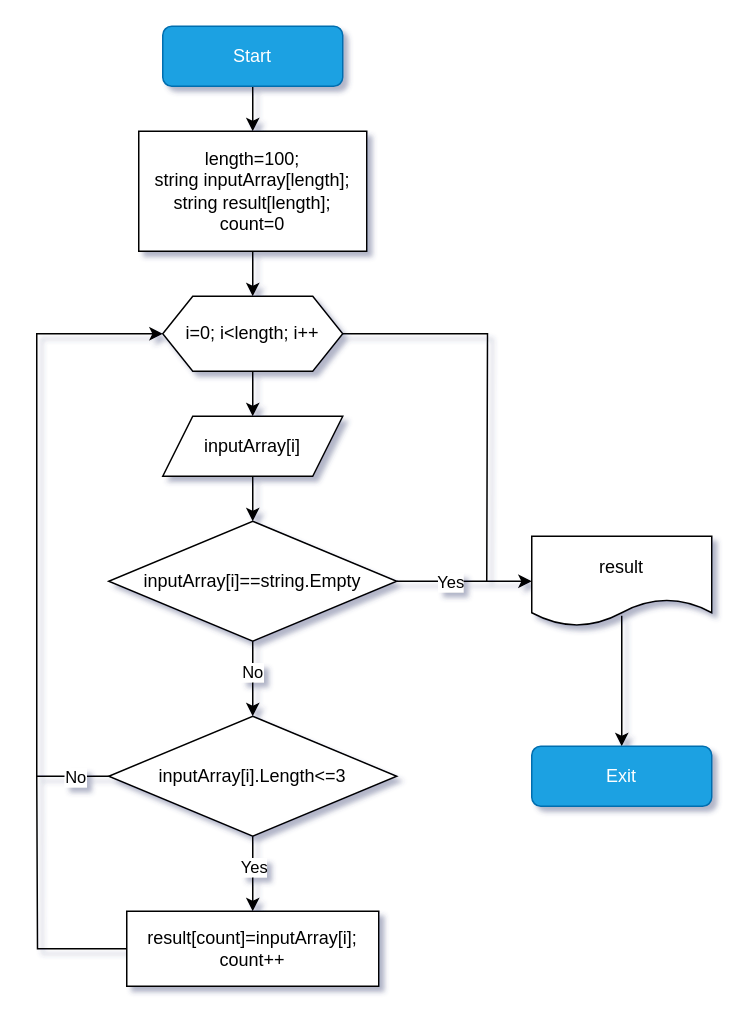
AndrewGurin/String-filter keeps this draw.io diagram as String-filter.drawio. Above is the earlier version. Source tidied: cells renumbered, new cells numbered last; positions are measured from the earlier drawing's top-left corner, leaving out a move shared by most shapes. Both pictures are drawn from the tidied source at 150%, with x=0, y=0 at pixel (36, 26).
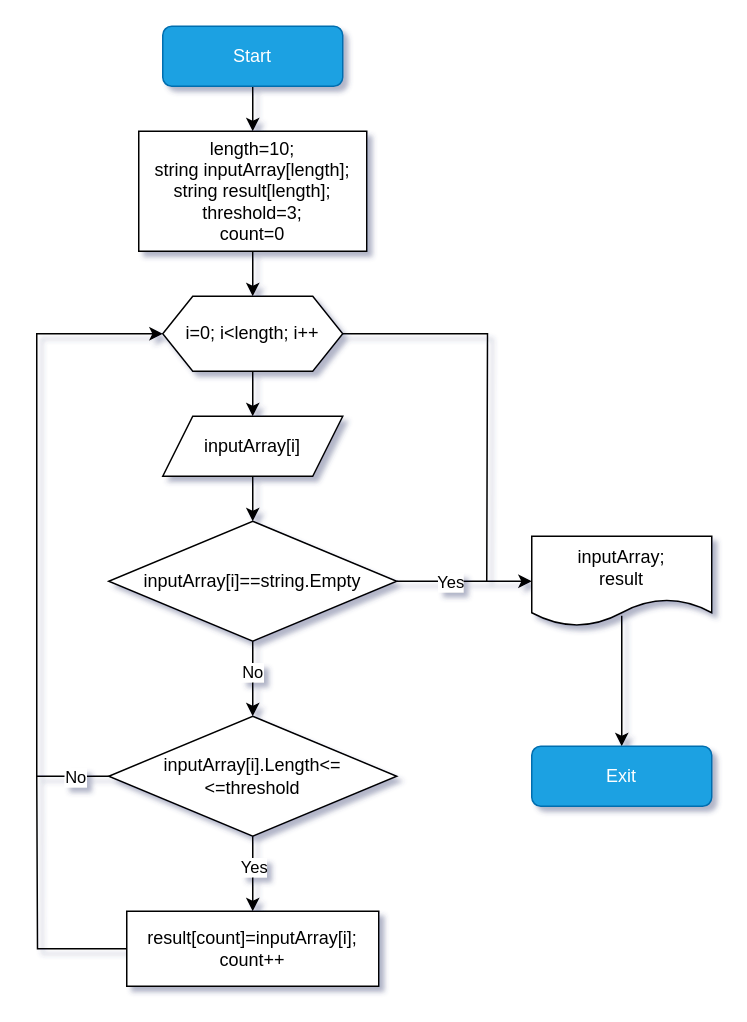
The same diagram, later.

Commit message (it also covers changes not shown here):
Готова версия программы 1.0. В блок-схему внесена переменная threshold

The edit, as a diff of the source:
```diff
@@
-    <mxCell id="5" value="length=100;&lt;br&gt;string inputArray[length];&lt;br&gt;string result[length];&lt;br&gt;count=0" style="rounded=0;whiteSpace=wrap;html=1;" parent="1" vertex="1">
+    <mxCell id="5" value="length=10;&lt;br&gt;string inputArray[length];&lt;br&gt;string result[length];&lt;br&gt;threshold=3;&lt;br&gt;count=0" style="rounded=0;whiteSpace=wrap;html=1;" parent="1" vertex="1">
       <mxGeometry x="68" y="70" width="152" height="80" as="geometry" />
     </mxCell>
@@
-    <mxCell id="20" value="&lt;span&gt;inputArray[i].Length&amp;lt;=3&lt;/span&gt;" style="rhombus;whiteSpace=wrap;html=1;rounded=0;" parent="1" vertex="1">
+    <mxCell id="20" value="&lt;span&gt;inputArray[i].Length&amp;lt;=&lt;br&gt;&amp;lt;=threshold&lt;br&gt;&lt;/span&gt;" style="rhombus;whiteSpace=wrap;html=1;rounded=0;" parent="1" vertex="1">
       <mxGeometry x="48" y="460" width="192" height="80" as="geometry" />
     </mxCell>
@@
-    <mxCell id="24" value="result" style="shape=document;whiteSpace=wrap;html=1;boundedLbl=1;" parent="1" vertex="1">
+    <mxCell id="24" value="inputArray;&lt;br&gt;result" style="shape=document;whiteSpace=wrap;html=1;boundedLbl=1;" parent="1" vertex="1">
       <mxGeometry x="330" y="340" width="120" height="60" as="geometry" />
     </mxCell>
```
